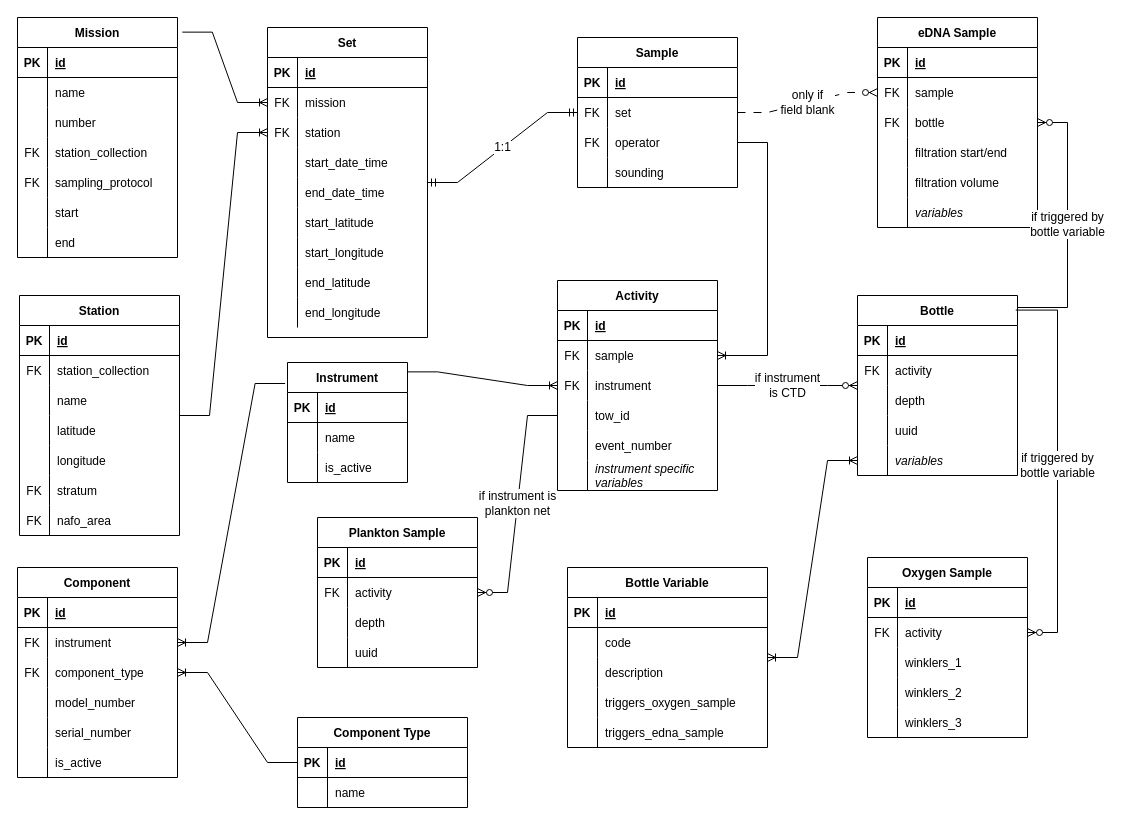
This is ANDES-TechReport-EN/figures/src/erd_oceanography.drawio from dfo-gulf-science/ANDES-description-report-2023, a draw.io file, before an edit. Source tidied: cells renumbered, new cells numbered last; positions are measured from the earlier drawing's top-left corner, leaving out a move shared by most shapes. Both pictures are drawn from the tidied source at 100%, with x=0, y=0 at pixel (17, 17).
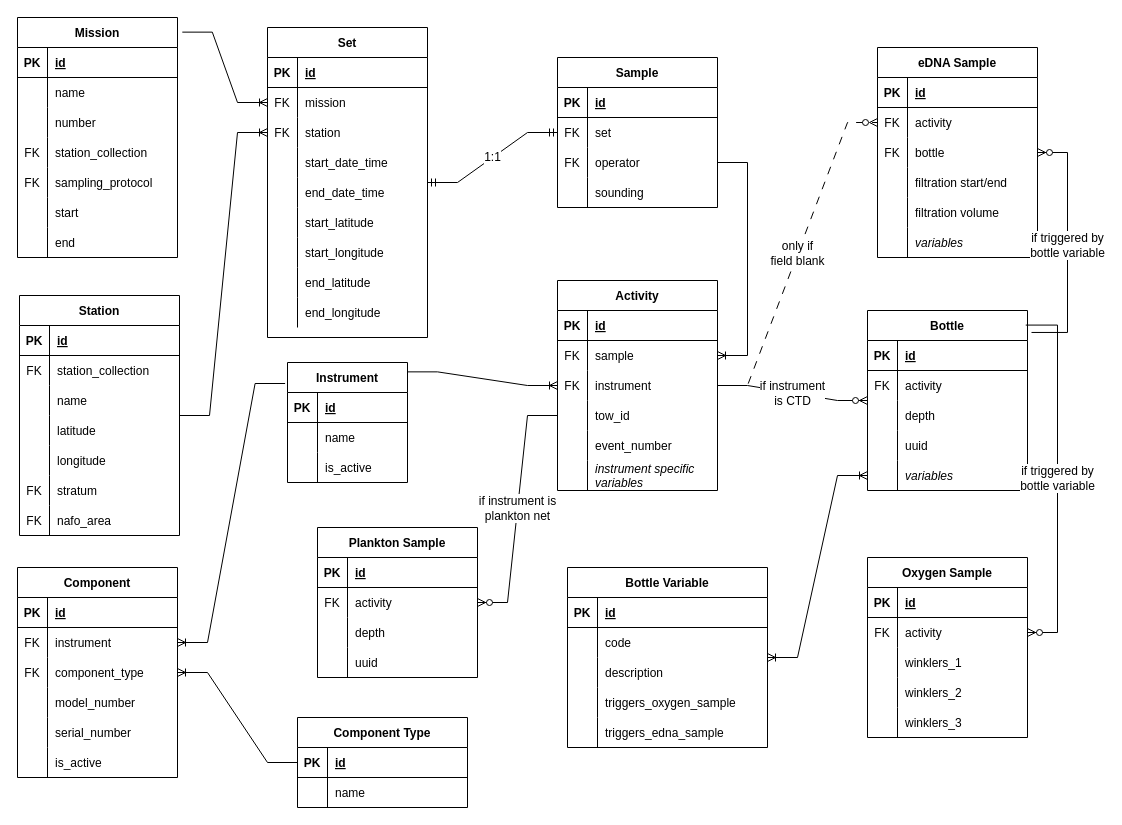
The same page after the edit.

The change refers to these unchanged cells:
```xml
<mxCell id="96" style="shape=partialRectangle;fillColor=none;points=[[0,0.5],[1,0.5]];portConstraint=eastwest;top=0;left=0;right=0;bottom=0;" parent="89" vertex="1">
  <mxGeometry y="90" width="160" height="30" as="geometry" />
</mxCell>
<mxCell id="201" style="shape=partialRectangle;fillColor=none;points=[[0,0.5],[1,0.5]];portConstraint=eastwest;top=0;left=0;right=0;bottom=0;" parent="197" vertex="1">
  <mxGeometry y="60" width="160" height="30" as="geometry" />
</mxCell>
<mxCell id="204" style="shape=partialRectangle;fillColor=none;points=[[0,0.5],[1,0.5]];portConstraint=eastwest;top=0;left=0;right=0;bottom=0;" parent="197" vertex="1">
  <mxGeometry y="90" width="160" height="30" as="geometry" />
</mxCell>
```

What changed in the source:
```diff
@@
     <mxCell id="76" value="Sample" style="shape=table;startSize=30;childLayout=tableLayout;rowLines=0;fontStyle=1;align=center;" parent="1" vertex="1">
-      <mxGeometry x="560" y="20" width="160" height="150" as="geometry" />
+      <mxGeometry x="540" y="40" width="160" height="150" as="geometry" />
     </mxCell>
@@
     <mxCell id="108" value="Bottle" style="shape=table;startSize=30;childLayout=tableLayout;rowLines=0;fontStyle=1;align=center;" parent="1" vertex="1">
-      <mxGeometry x="840" y="278" width="160" height="180" as="geometry" />
+      <mxGeometry x="850" y="293" width="160" height="180" as="geometry" />
     </mxCell>
@@
     <mxCell id="124" value="Plankton Sample" style="shape=table;startSize=30;childLayout=tableLayout;rowLines=0;fontStyle=1;align=center;" parent="1" vertex="1">
-      <mxGeometry x="300" y="500" width="160" height="150" as="geometry" />
+      <mxGeometry x="300" y="510" width="160" height="150" as="geometry" />
     </mxCell>
@@
     <mxCell id="197" value="eDNA Sample" style="shape=table;startSize=30;childLayout=tableLayout;rowLines=0;fontStyle=1;align=center;" parent="1" vertex="1">
-      <mxGeometry x="860" width="160" height="210" as="geometry" />
+      <mxGeometry x="860" y="30" width="160" height="210" as="geometry" />
     </mxCell>
@@
-    <mxCell id="203" value="sample" style="shape=partialRectangle;overflow=hidden;fillColor=none;top=0;left=0;bottom=0;right=0;align=left;spacingLeft=6;" parent="201" vertex="1">
+    <mxCell id="203" value="activity" style="shape=partialRectangle;overflow=hidden;fillColor=none;top=0;left=0;bottom=0;right=0;align=left;spacingLeft=6;" parent="201" vertex="1">
       <mxGeometry x="30" width="130" height="30" as="geometry" />
     </mxCell>
@@
-    <mxCell id="232" value="only if &lt;br&gt;field blank" style="edgeStyle=entityRelationEdgeStyle;fontSize=12;endArrow=ERzeroToMany;endFill=1;rounded=0;html=1;dashed=1;dashPattern=8 8;strokeColor=default;" parent="1" edge="1" source="76" target="201">
+    <mxCell id="232" value="only if &lt;br&gt;field blank" style="edgeStyle=entityRelationEdgeStyle;fontSize=12;endArrow=ERzeroToMany;endFill=1;rounded=0;html=1;dashed=1;dashPattern=8 8;strokeColor=default;exitX=1;exitY=0.5;exitDx=0;exitDy=0;" parent="1" edge="1" source="96" target="201">
       <mxGeometry relative="1" as="geometry" />
     </mxCell>
-    <mxCell id="233" value="if triggered by &lt;br&gt;bottle variable" style="edgeStyle=entityRelationEdgeStyle;fontSize=12;html=1;endArrow=ERzeroToMany;endFill=1;rounded=0;" parent="1" edge="1" target="204">
-      <mxGeometry relative="1" as="geometry">
-        <mxPoint x="1000" y="290" as="sourcePoint" />
-      </mxGeometry>
+    <mxCell id="233" value="if triggered by &lt;br&gt;bottle variable" style="edgeStyle=entityRelationEdgeStyle;fontSize=12;html=1;endArrow=ERzeroToMany;endFill=1;rounded=0;exitX=1.025;exitY=0.122;exitDx=0;exitDy=0;exitPerimeter=0;" parent="1" edge="1" source="108" target="204">
+      <mxGeometry relative="1" as="geometry" />
     </mxCell>
```
